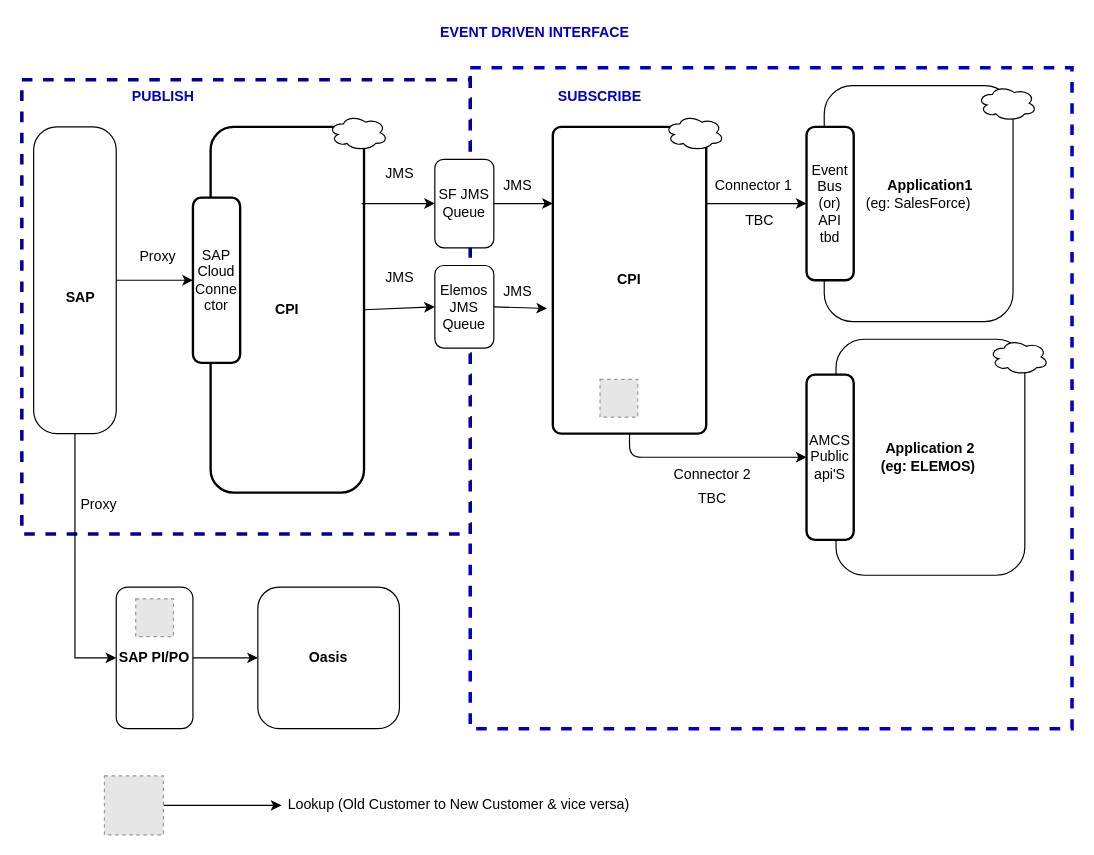
This is creditHold4.drawio from rdshankar-coder/rds, a draw.io file, before an edit. Source tidied: cells renumbered, new cells numbered last; positions are measured from the earlier drawing's top-left corner, leaving out a move shared by most shapes. Both pictures are drawn from the tidied source at 118%, with x=0, y=0 at pixel (21, 20). Pictures stored in the file or linked from it are replaced by grey dashed boxes.
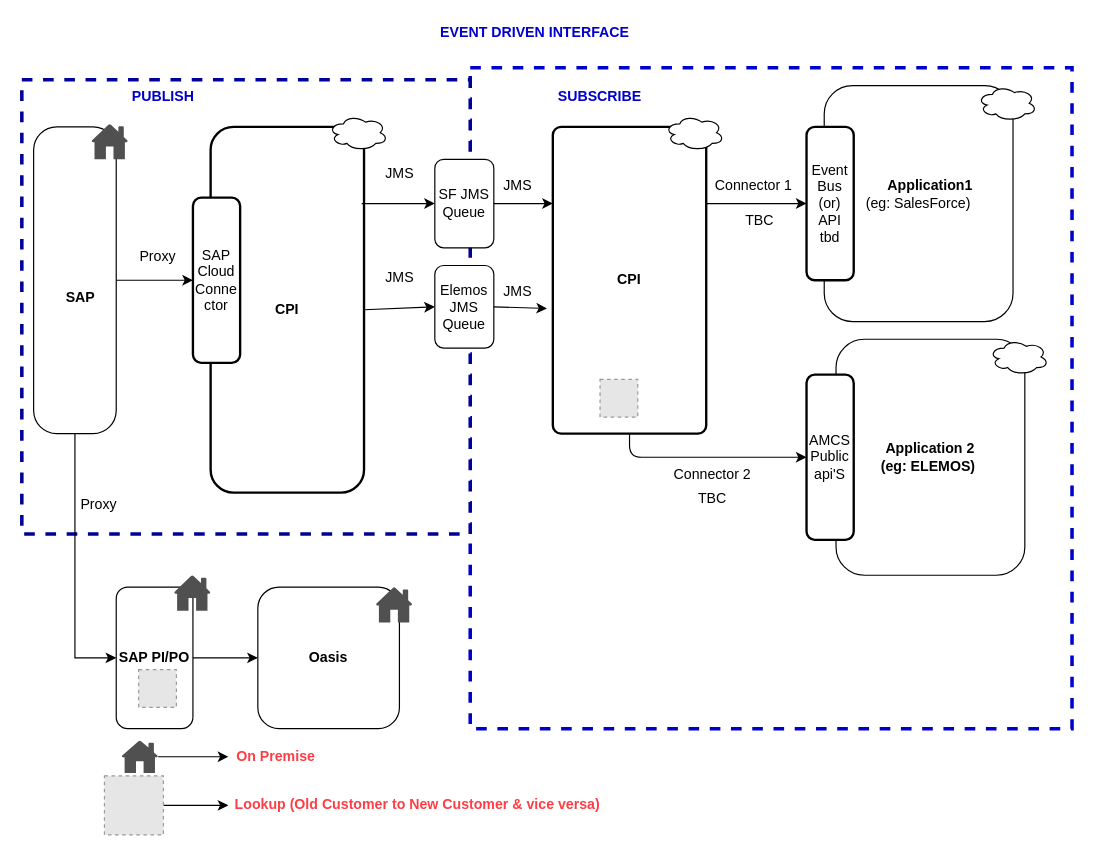
After the change.

The change refers to these unchanged cells:
```xml
<mxCell id="2" style="group;" parent="1" vertex="1">
  <mxGeometry y="50" width="890" height="560" as="geometry" />
</mxCell>
```

Diff of the diagram source:
```diff
@@
     <mxCell id="45" style="fillColor=#E6E6E6;strokeColor=#999999;dashed=1;html=1;verticalAlign=top;verticalLabelPosition=bottom;labelBackgroundColor=#ffffff;" parent="2" vertex="1">
-      <mxGeometry x="96.5" y="440" width="32" height="32" as="geometry" />
+      <mxGeometry x="99" y="500" width="32" height="32" as="geometry" />
     </mxCell>
+    <mxCell id="50" style="shadow=0;dashed=0;html=1;strokeColor=none;fillColor=#505050;labelPosition=center;verticalLabelPosition=bottom;verticalAlign=top;align=center;shape=mxgraph.office.concepts.home;" parent="2" vertex="1">
+      <mxGeometry x="129" y="420" width="31" height="30" as="geometry" />
+    </mxCell>
+    <mxCell id="51" style="shadow=0;dashed=0;html=1;strokeColor=none;fillColor=#505050;labelPosition=center;verticalLabelPosition=bottom;verticalAlign=top;align=center;shape=mxgraph.office.concepts.home;" parent="2" vertex="1">
+      <mxGeometry x="300" y="430" width="31" height="30" as="geometry" />
+    </mxCell>
@@
-    <mxCell id="49" value="Lookup (Old Customer to New Customer &amp;amp; vice versa)" style="text;html=1;align=center;verticalAlign=middle;points=[];" parent="1" vertex="1">
-      <mxGeometry x="220" y="655" width="300" height="20" as="geometry" />
+    <mxCell id="49" value="&lt;b&gt;&lt;font color=&quot;#ff3d44&quot;&gt;Lookup (Old Customer to New Customer &amp;amp; vice versa)&lt;/font&gt;&lt;/b&gt;" style="text;html=1;align=center;verticalAlign=middle;points=[];" parent="1" vertex="1">
+      <mxGeometry x="175" y="655" width="320" height="20" as="geometry" />
     </mxCell>
+    <mxCell id="52" style="edgeStyle=orthogonalEdgeStyle;rounded=0;jettySize=auto;html=1;" parent="1" edge="1" source="53" target="54">
+      <mxGeometry relative="1" as="geometry" />
+    </mxCell>
+    <mxCell id="53" style="shadow=0;dashed=0;html=1;strokeColor=none;fillColor=#505050;labelPosition=center;verticalLabelPosition=bottom;verticalAlign=top;outlineConnect=0;align=center;shape=mxgraph.office.concepts.home;" parent="1" vertex="1">
+      <mxGeometry x="84.5" y="610" width="31" height="27.5" as="geometry" />
+    </mxCell>
+    <mxCell id="54" value="&lt;b&gt;&lt;font color=&quot;#ff3d44&quot;&gt;On Premise&lt;/font&gt;&lt;/b&gt;" style="text;html=1;align=center;verticalAlign=middle;points=[];" parent="1" vertex="1">
+      <mxGeometry x="175" y="613.8" width="80" height="20" as="geometry" />
+    </mxCell>
+    <mxCell id="55" style="shadow=0;dashed=0;html=1;strokeColor=none;fillColor=#505050;labelPosition=center;verticalLabelPosition=bottom;verticalAlign=top;align=center;shape=mxgraph.office.concepts.home;" parent="1" vertex="1">
+      <mxGeometry x="59" y="87.5" width="31" height="30" as="geometry" />
+    </mxCell>
```
